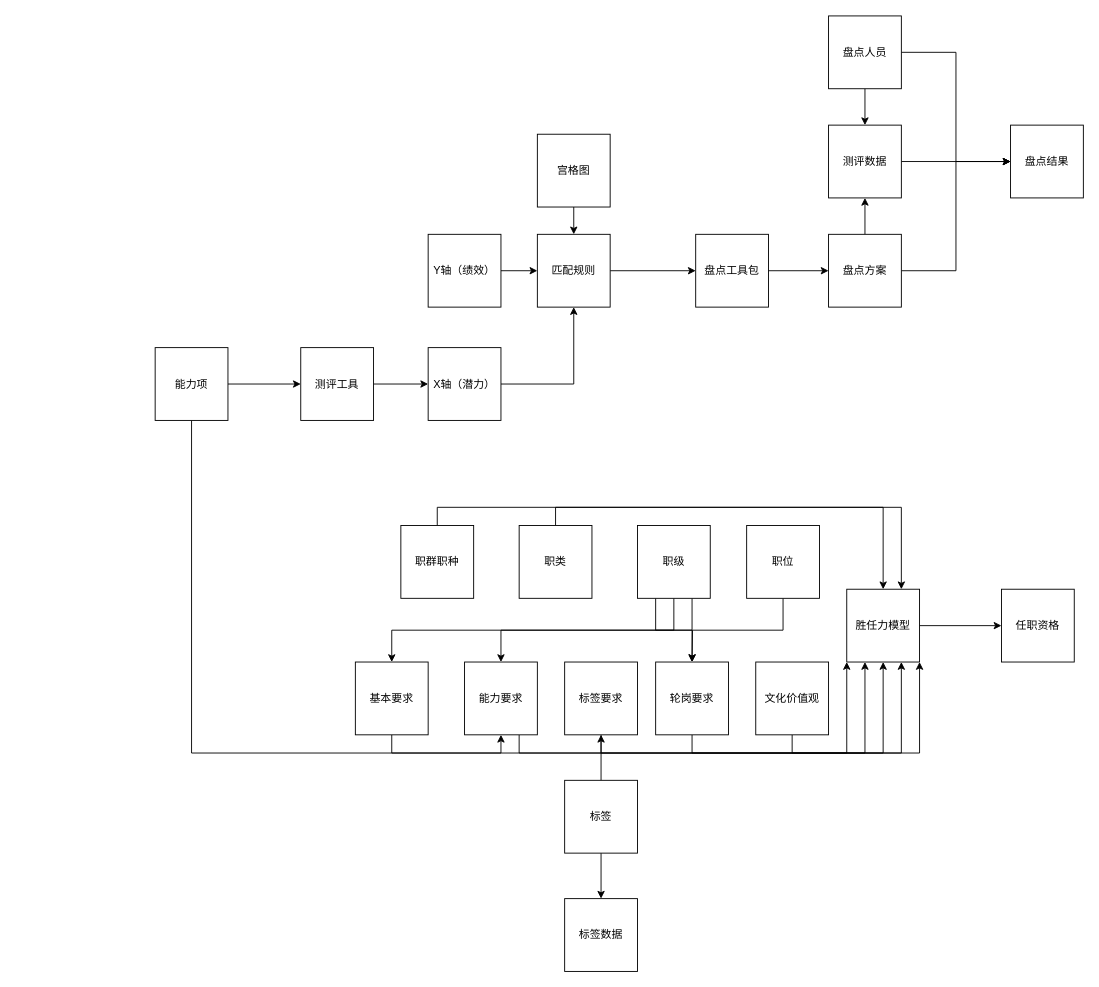
Earlier version of the draw.io diagram 人才发展.drawio (guzhao593/drawio-files). Source tidied: cells renumbered, new cells numbered last; positions are measured from the earlier drawing's top-left corner, leaving out a move shared by most shapes. Both pictures are drawn from the tidied source at 91%, with x=0, y=0 at pixel (155, 15).
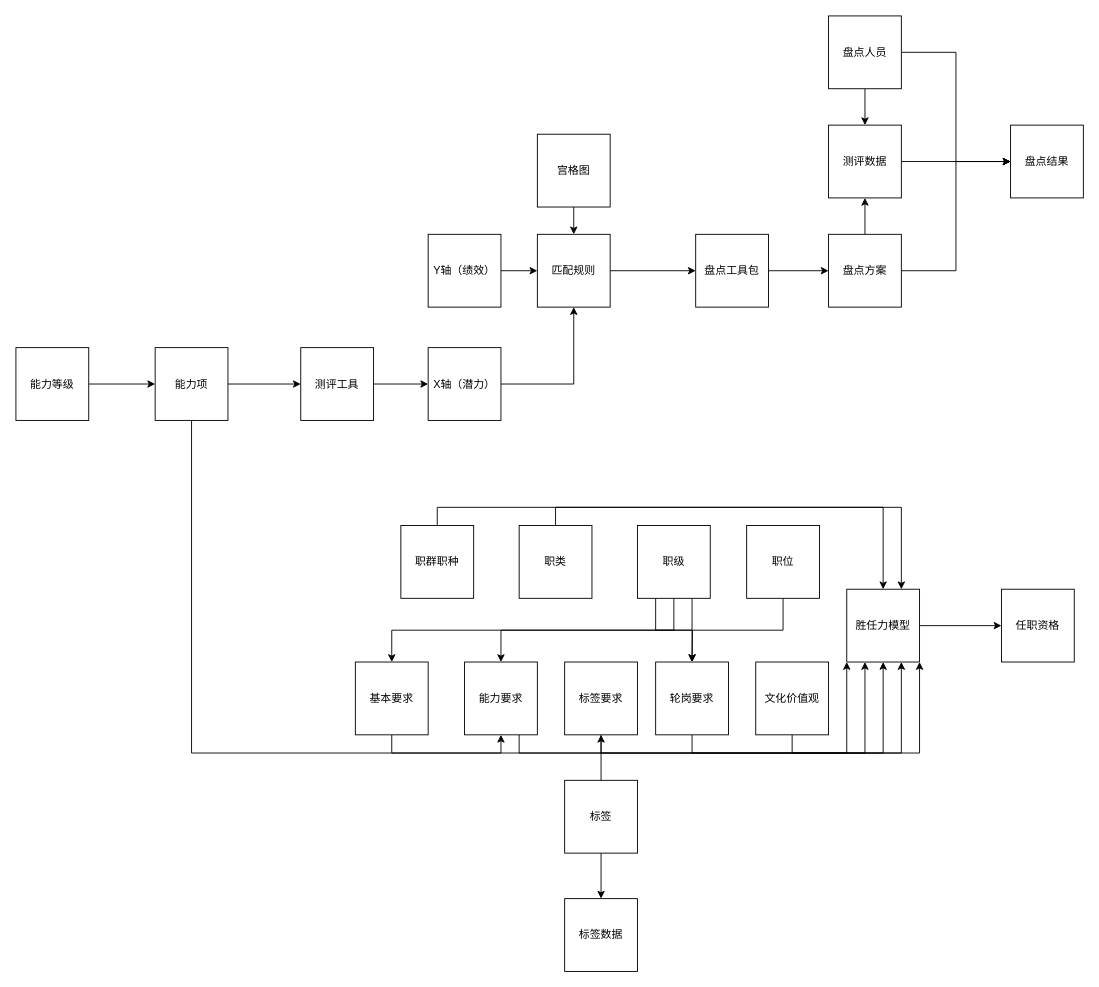
The same diagram, later.

Commit message (it also covers changes not shown here):
更新人才发展.drawio

Unchanged cells that the change refers to:
```xml
<mxCell id="20" value="能力项" style="whiteSpace=wrap;html=1;" parent="1" vertex="1">
  <mxGeometry y="364.5" width="80" height="80" as="geometry" />
</mxCell>
```

Change to the diagram source:
```diff
@@
+    <mxCell id="53" style="edgeStyle=orthogonalEdgeStyle;rounded=0;jettySize=auto;html=1;exitX=1;exitY=0.5;exitDx=0;exitDy=0;entryX=0;entryY=0.5;entryDx=0;entryDy=0;" parent="1" edge="1" source="54" target="20">
+      <mxGeometry relative="1" as="geometry" />
+    </mxCell>
+    <mxCell id="54" value="能力等级" style="whiteSpace=wrap;html=1;" parent="1" vertex="1">
+      <mxGeometry x="-153" y="364.5" width="80" height="80" as="geometry" />
+    </mxCell>
```
